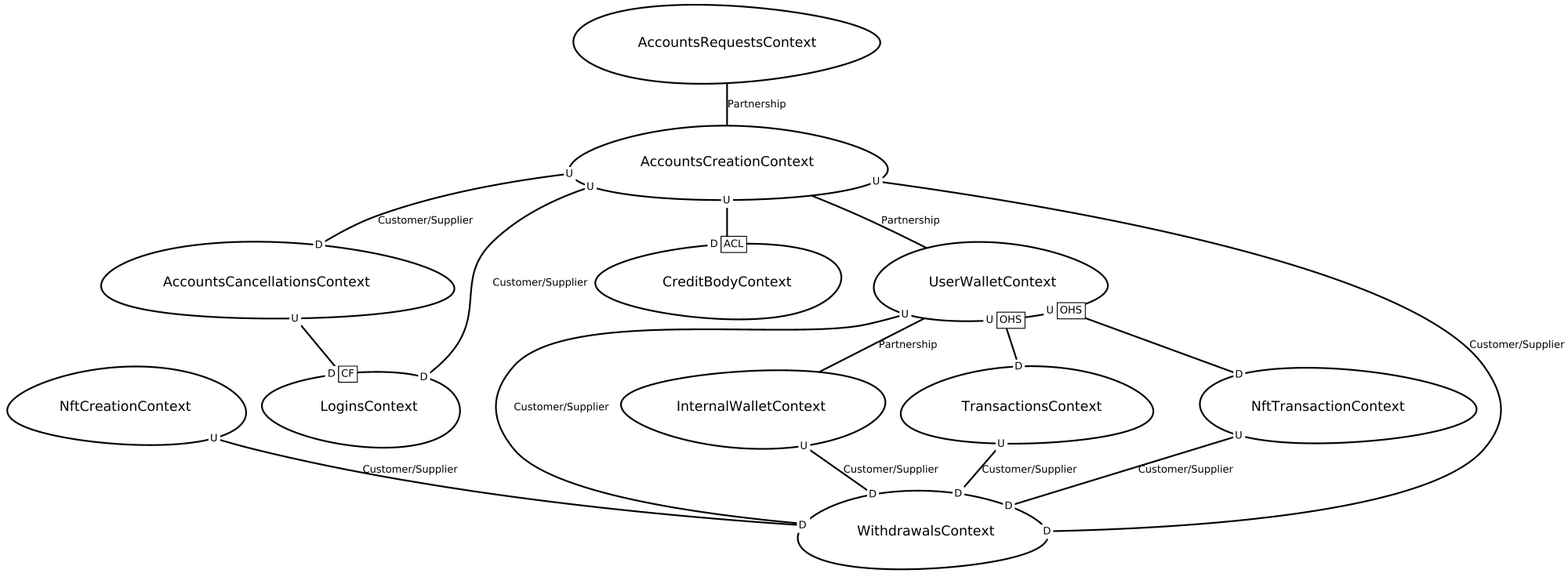
Earlier version of the Graphviz export src-gen/contextmap.gerenal_ContextMap.png (Anselming/ddd-anselmex). Its source is kept beside it as src-gen/contextmap.gerenal_ContextMap.gv. Its diagram source:
```dot
digraph "ContextMapGraph" {
graph ["imagepath"="/tmp/GraphvizJava"]
"AccountsCancellationsContext" ["margin"="0.3","orientation"="191","shape"="egg","fontsize"="16","style"="bold","label"="AccountsCancellationsContext\n","fontname"="sans-serif"]
"LoginsContext" ["margin"="0.3","orientation"="345","shape"="egg","fontsize"="16","style"="bold","label"="LoginsContext\n","fontname"="sans-serif"]
"AccountsCreationContext" ["margin"="0.3","orientation"="335","shape"="egg","fontsize"="16","style"="bold","label"="AccountsCreationContext\n","fontname"="sans-serif"]
"CreditBodyContext" ["margin"="0.3","orientation"="76","shape"="egg","fontsize"="16","style"="bold","label"="CreditBodyContext\n","fontname"="sans-serif"]
"UserWalletContext" ["margin"="0.3","orientation"="153","shape"="egg","fontsize"="16","style"="bold","label"="UserWalletContext\n","fontname"="sans-serif"]
"WithdrawalsContext" ["margin"="0.3","orientation"="35","shape"="egg","fontsize"="16","style"="bold","label"="WithdrawalsContext\n","fontname"="sans-serif"]
"InternalWalletContext" ["margin"="0.3","orientation"="189","shape"="egg","fontsize"="16","style"="bold","label"="InternalWalletContext\n","fontname"="sans-serif"]
"TransactionsContext" ["margin"="0.3","orientation"="208","shape"="egg","fontsize"="16","style"="bold","label"="TransactionsContext\n","fontname"="sans-serif"]
"NftTransactionContext" ["margin"="0.3","orientation"="114","shape"="egg","fontsize"="16","style"="bold","label"="NftTransactionContext\n","fontname"="sans-serif"]
"AccountsRequestsContext" ["margin"="0.3","orientation"="344","shape"="egg","fontsize"="16","style"="bold","label"="AccountsRequestsContext\n","fontname"="sans-serif"]
"NftCreationContext" ["margin"="0.3","orientation"="290","shape"="egg","fontsize"="16","style"="bold","label"="NftCreationContext\n","fontname"="sans-serif"]
"AccountsCancellationsContext" -> "LoginsContext" ["headlabel"=<<table cellspacing="0" cellborder="1" border="0">
<tr><td bgcolor="white" sides="r">D</td><td sides="trbl" bgcolor="white"><font>CF</font></td></tr>
</table>>,"labeldistance"="0","fontsize"="12","taillabel"=<<table cellspacing="0" cellborder="0" border="0">
<tr><td bgcolor="white">U</td></tr>
</table>>,"style"="bold","label"="                                        ","dir"="none","fontname"="sans-serif"]
"AccountsCreationContext" -> "CreditBodyContext" ["headlabel"=<<table cellspacing="0" cellborder="1" border="0">
<tr><td bgcolor="white" sides="r">D</td><td sides="trbl" bgcolor="white"><font>ACL</font></td></tr>
</table>>,"labeldistance"="0","fontsize"="12","taillabel"=<<table cellspacing="0" cellborder="0" border="0">
<tr><td bgcolor="white">U</td></tr>
</table>>,"style"="bold","label"="                                        ","dir"="none","fontname"="sans-serif"]
"AccountsCreationContext" -> "UserWalletContext" ["fontsize"="12","style"="bold","label"="Partnership","dir"="none","fontname"="sans-serif"]
"AccountsCreationContext" -> "LoginsContext" ["headlabel"=<<table cellspacing="0" cellborder="0" border="0">
<tr><td bgcolor="white">D</td></tr>
</table>>,"labeldistance"="0","fontsize"="12","taillabel"=<<table cellspacing="0" cellborder="0" border="0">
<tr><td bgcolor="white">U</td></tr>
</table>>,"style"="bold","label"="Customer/Supplier","dir"="none","fontname"="sans-serif"]
"AccountsCreationContext" -> "WithdrawalsContext" ["headlabel"=<<table cellspacing="0" cellborder="0" border="0">
<tr><td bgcolor="white">D</td></tr>
</table>>,"labeldistance"="0","fontsize"="12","taillabel"=<<table cellspacing="0" cellborder="0" border="0">
<tr><td bgcolor="white">U</td></tr>
</table>>,"style"="bold","label"="Customer/Supplier","dir"="none","fontname"="sans-serif"]
"AccountsCreationContext" -> "AccountsCancellationsContext" ["headlabel"=<<table cellspacing="0" cellborder="0" border="0">
<tr><td bgcolor="white">D</td></tr>
</table>>,"labeldistance"="0","fontsize"="12","taillabel"=<<table cellspacing="0" cellborder="0" border="0">
<tr><td bgcolor="white">U</td></tr>
</table>>,"style"="bold","label"="Customer/Supplier","dir"="none","fontname"="sans-serif"]
"UserWalletContext" -> "WithdrawalsContext" ["headlabel"=<<table cellspacing="0" cellborder="0" border="0">
<tr><td bgcolor="white">D</td></tr>
</table>>,"labeldistance"="0","fontsize"="12","taillabel"=<<table cellspacing="0" cellborder="0" border="0">
<tr><td bgcolor="white">U</td></tr>
</table>>,"style"="bold","label"="Customer/Supplier","dir"="none","fontname"="sans-serif"]
"UserWalletContext" -> "InternalWalletContext" ["fontsize"="12","style"="bold","label"="Partnership","dir"="none","fontname"="sans-serif"]
"UserWalletContext" -> "TransactionsContext" ["headlabel"=<<table cellspacing="0" cellborder="0" border="0">
<tr><td bgcolor="white">D</td></tr>
</table>>,"labeldistance"="0","fontsize"="12","taillabel"=<<table cellspacing="0" cellborder="1" border="0">
<tr><td bgcolor="white" sides="r">U</td><td sides="trbl" bgcolor="white"><font>OHS</font></td></tr>
</table>>,"style"="bold","label"="                                        ","dir"="none","fontname"="sans-serif"]
"UserWalletContext" -> "NftTransactionContext" ["headlabel"=<<table cellspacing="0" cellborder="0" border="0">
<tr><td bgcolor="white">D</td></tr>
</table>>,"labeldistance"="0","fontsize"="12","taillabel"=<<table cellspacing="0" cellborder="1" border="0">
<tr><td bgcolor="white" sides="r">U</td><td sides="trbl" bgcolor="white"><font>OHS</font></td></tr>
</table>>,"style"="bold","label"="                                        ","dir"="none","fontname"="sans-serif"]
"InternalWalletContext" -> "WithdrawalsContext" ["headlabel"=<<table cellspacing="0" cellborder="0" border="0">
<tr><td bgcolor="white">D</td></tr>
</table>>,"labeldistance"="0","fontsize"="12","taillabel"=<<table cellspacing="0" cellborder="0" border="0">
<tr><td bgcolor="white">U</td></tr>
</table>>,"style"="bold","label"="Customer/Supplier","dir"="none","fontname"="sans-serif"]
"TransactionsContext" -> "WithdrawalsContext" ["headlabel"=<<table cellspacing="0" cellborder="0" border="0">
<tr><td bgcolor="white">D</td></tr>
</table>>,"labeldistance"="0","fontsize"="12","taillabel"=<<table cellspacing="0" cellborder="0" border="0">
<tr><td bgcolor="white">U</td></tr>
</table>>,"style"="bold","label"="Customer/Supplier","dir"="none","fontname"="sans-serif"]
"NftTransactionContext" -> "WithdrawalsContext" ["headlabel"=<<table cellspacing="0" cellborder="0" border="0">
<tr><td bgcolor="white">D</td></tr>
</table>>,"labeldistance"="0","fontsize"="12","taillabel"=<<table cellspacing="0" cellborder="0" border="0">
<tr><td bgcolor="white">U</td></tr>
</table>>,"style"="bold","label"="Customer/Supplier","dir"="none","fontname"="sans-serif"]
"AccountsRequestsContext" -> "AccountsCreationContext" ["fontsize"="12","style"="bold","label"="Partnership","dir"="none","fontname"="sans-serif"]
"NftCreationContext" -> "WithdrawalsContext" ["headlabel"=<<table cellspacing="0" cellborder="0" border="0">
<tr><td bgcolor="white">D</td></tr>
</table>>,"labeldistance"="0","fontsize"="12","taillabel"=<<table cellspacing="0" cellborder="0" border="0">
<tr><td bgcolor="white">U</td></tr>
</table>>,"style"="bold","label"="Customer/Supplier","dir"="none","fontname"="sans-serif"]
}
```
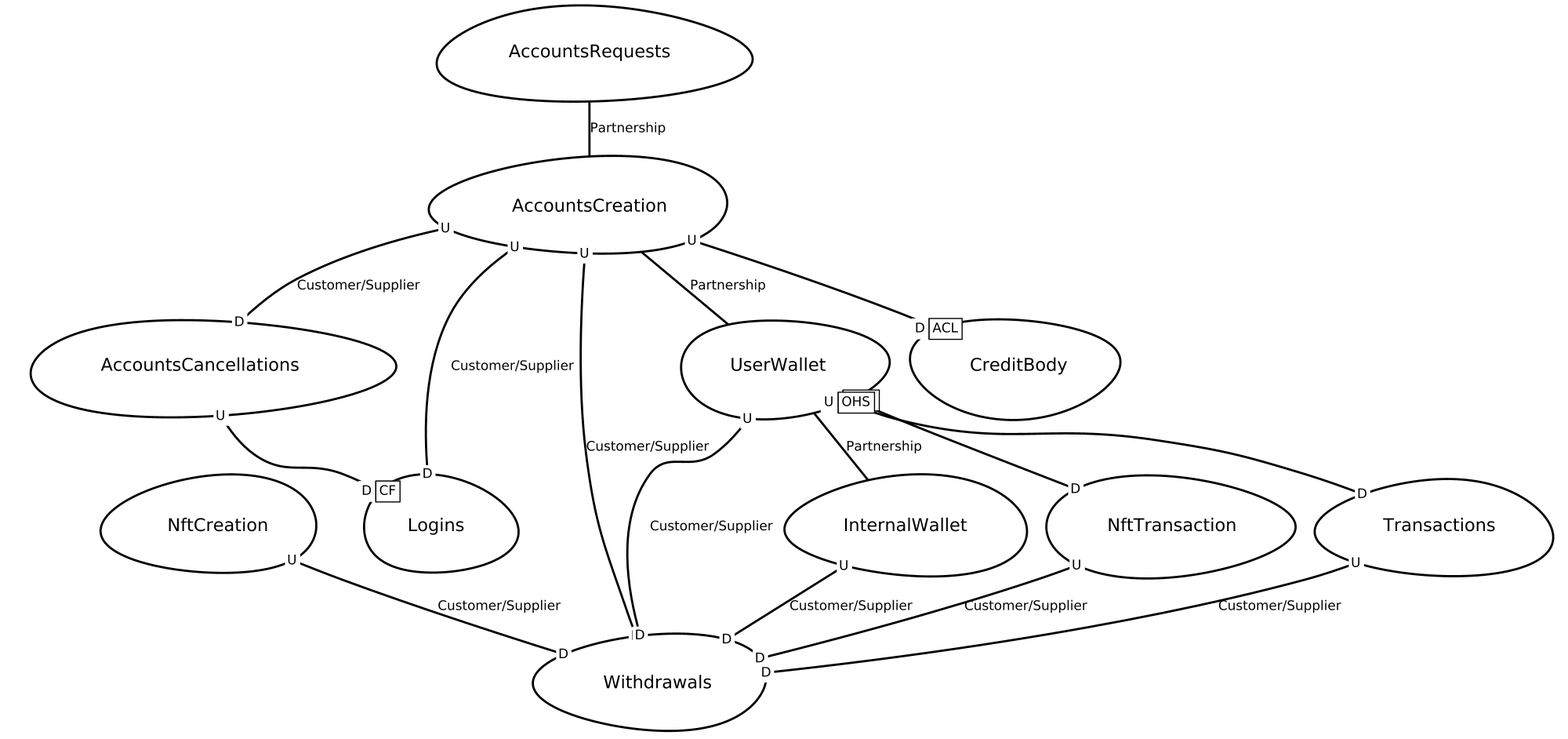
After the change.

Diff of the diagram source:
```diff
@@ -1,75 +1,75 @@
 digraph "ContextMapGraph" {
 graph ["imagepath"="/tmp/GraphvizJava"]
-"AccountsCancellationsContext" ["margin"="0.3","orientation"="191","shape"="egg","fontsize"="16","style"="bold","label"="AccountsCancellationsContext\n","fontname"="sans-serif"]
-"LoginsContext" ["margin"="0.3","orientation"="345","shape"="egg","fontsize"="16","style"="bold","label"="LoginsContext\n","fontname"="sans-serif"]
-"AccountsCreationContext" ["margin"="0.3","orientation"="335","shape"="egg","fontsize"="16","style"="bold","label"="AccountsCreationContext\n","fontname"="sans-serif"]
-"CreditBodyContext" ["margin"="0.3","orientation"="76","shape"="egg","fontsize"="16","style"="bold","label"="CreditBodyContext\n","fontname"="sans-serif"]
-"UserWalletContext" ["margin"="0.3","orientation"="153","shape"="egg","fontsize"="16","style"="bold","label"="UserWalletContext\n","fontname"="sans-serif"]
-"WithdrawalsContext" ["margin"="0.3","orientation"="35","shape"="egg","fontsize"="16","style"="bold","label"="WithdrawalsContext\n","fontname"="sans-serif"]
-"InternalWalletContext" ["margin"="0.3","orientation"="189","shape"="egg","fontsize"="16","style"="bold","label"="InternalWalletContext\n","fontname"="sans-serif"]
-"TransactionsContext" ["margin"="0.3","orientation"="208","shape"="egg","fontsize"="16","style"="bold","label"="TransactionsContext\n","fontname"="sans-serif"]
-"NftTransactionContext" ["margin"="0.3","orientation"="114","shape"="egg","fontsize"="16","style"="bold","label"="NftTransactionContext\n","fontname"="sans-serif"]
-"AccountsRequestsContext" ["margin"="0.3","orientation"="344","shape"="egg","fontsize"="16","style"="bold","label"="AccountsRequestsContext\n","fontname"="sans-serif"]
-"NftCreationContext" ["margin"="0.3","orientation"="290","shape"="egg","fontsize"="16","style"="bold","label"="NftCreationContext\n","fontname"="sans-serif"]
-"AccountsCancellationsContext" -> "LoginsContext" ["headlabel"=<<table cellspacing="0" cellborder="1" border="0">
+"AccountsCancellations" ["margin"="0.3","orientation"="286","shape"="egg","fontsize"="16","style"="bold","label"="AccountsCancellations\n","fontname"="sans-serif"]
+"Logins" ["margin"="0.3","orientation"="157","shape"="egg","fontsize"="16","style"="bold","label"="Logins\n","fontname"="sans-serif"]
+"AccountsCreation" ["margin"="0.3","orientation"="207","shape"="egg","fontsize"="16","style"="bold","label"="AccountsCreation\n","fontname"="sans-serif"]
+"Withdrawals" ["margin"="0.3","orientation"="100","shape"="egg","fontsize"="16","style"="bold","label"="Withdrawals\n","fontname"="sans-serif"]
+"UserWallet" ["margin"="0.3","orientation"="196","shape"="egg","fontsize"="16","style"="bold","label"="UserWallet\n","fontname"="sans-serif"]
+"InternalWallet" ["margin"="0.3","orientation"="240","shape"="egg","fontsize"="16","style"="bold","label"="InternalWallet\n","fontname"="sans-serif"]
+"NftTransaction" ["margin"="0.3","orientation"="316","shape"="egg","fontsize"="16","style"="bold","label"="NftTransaction\n","fontname"="sans-serif"]
+"Transactions" ["margin"="0.3","orientation"="317","shape"="egg","fontsize"="16","style"="bold","label"="Transactions\n","fontname"="sans-serif"]
+"CreditBody" ["margin"="0.3","orientation"="146","shape"="egg","fontsize"="16","style"="bold","label"="CreditBody\n","fontname"="sans-serif"]
+"AccountsRequests" ["margin"="0.3","orientation"="204","shape"="egg","fontsize"="16","style"="bold","label"="AccountsRequests\n","fontname"="sans-serif"]
+"NftCreation" ["margin"="0.3","orientation"="321","shape"="egg","fontsize"="16","style"="bold","label"="NftCreation\n","fontname"="sans-serif"]
+"AccountsCancellations" -> "Logins" ["headlabel"=<<table cellspacing="0" cellborder="1" border="0">
 <tr><td bgcolor="white" sides="r">D</td><td sides="trbl" bgcolor="white"><font>CF</font></td></tr>
 </table>>,"labeldistance"="0","fontsize"="12","taillabel"=<<table cellspacing="0" cellborder="0" border="0">
 <tr><td bgcolor="white">U</td></tr>
 </table>>,"style"="bold","label"="                                        ","dir"="none","fontname"="sans-serif"]
-"AccountsCreationContext" -> "CreditBodyContext" ["headlabel"=<<table cellspacing="0" cellborder="1" border="0">
+"AccountsCreation" -> "AccountsCancellations" ["headlabel"=<<table cellspacing="0" cellborder="0" border="0">
+<tr><td bgcolor="white">D</td></tr>
+</table>>,"labeldistance"="0","fontsize"="12","taillabel"=<<table cellspacing="0" cellborder="0" border="0">
+<tr><td bgcolor="white">U</td></tr>
+</table>>,"style"="bold","label"="Customer/Supplier","dir"="none","fontname"="sans-serif"]
+"AccountsCreation" -> "Withdrawals" ["headlabel"=<<table cellspacing="0" cellborder="0" border="0">
+<tr><td bgcolor="white">D</td></tr>
+</table>>,"labeldistance"="0","fontsize"="12","taillabel"=<<table cellspacing="0" cellborder="0" border="0">
+<tr><td bgcolor="white">U</td></tr>
+</table>>,"style"="bold","label"="Customer/Supplier","dir"="none","fontname"="sans-serif"]
+"AccountsCreation" -> "UserWallet" ["fontsize"="12","style"="bold","label"="Partnership","dir"="none","fontname"="sans-serif"]
+"AccountsCreation" -> "Logins" ["headlabel"=<<table cellspacing="0" cellborder="0" border="0">
+<tr><td bgcolor="white">D</td></tr>
+</table>>,"labeldistance"="0","fontsize"="12","taillabel"=<<table cellspacing="0" cellborder="0" border="0">
+<tr><td bgcolor="white">U</td></tr>
+</table>>,"style"="bold","label"="Customer/Supplier","dir"="none","fontname"="sans-serif"]
+"AccountsCreation" -> "CreditBody" ["headlabel"=<<table cellspacing="0" cellborder="1" border="0">
 <tr><td bgcolor="white" sides="r">D</td><td sides="trbl" bgcolor="white"><font>ACL</font></td></tr>
 </table>>,"labeldistance"="0","fontsize"="12","taillabel"=<<table cellspacing="0" cellborder="0" border="0">
 <tr><td bgcolor="white">U</td></tr>
 </table>>,"style"="bold","label"="                                        ","dir"="none","fontname"="sans-serif"]
-"AccountsCreationContext" -> "UserWalletContext" ["fontsize"="12","style"="bold","label"="Partnership","dir"="none","fontname"="sans-serif"]
-"AccountsCreationContext" -> "LoginsContext" ["headlabel"=<<table cellspacing="0" cellborder="0" border="0">
+"UserWallet" -> "InternalWallet" ["fontsize"="12","style"="bold","label"="Partnership","dir"="none","fontname"="sans-serif"]
+"UserWallet" -> "Withdrawals" ["headlabel"=<<table cellspacing="0" cellborder="0" border="0">
 <tr><td bgcolor="white">D</td></tr>
 </table>>,"labeldistance"="0","fontsize"="12","taillabel"=<<table cellspacing="0" cellborder="0" border="0">
 <tr><td bgcolor="white">U</td></tr>
 </table>>,"style"="bold","label"="Customer/Supplier","dir"="none","fontname"="sans-serif"]
-"AccountsCreationContext" -> "WithdrawalsContext" ["headlabel"=<<table cellspacing="0" cellborder="0" border="0">
+"UserWallet" -> "NftTransaction" ["headlabel"=<<table cellspacing="0" cellborder="0" border="0">
+<tr><td bgcolor="white">D</td></tr>
+</table>>,"labeldistance"="0","fontsize"="12","taillabel"=<<table cellspacing="0" cellborder="1" border="0">
+<tr><td bgcolor="white" sides="r">U</td><td sides="trbl" bgcolor="white"><font>OHS</font></td></tr>
+</table>>,"style"="bold","label"="                                        ","dir"="none","fontname"="sans-serif"]
+"UserWallet" -> "Transactions" ["headlabel"=<<table cellspacing="0" cellborder="0" border="0">
+<tr><td bgcolor="white">D</td></tr>
+</table>>,"labeldistance"="0","fontsize"="12","taillabel"=<<table cellspacing="0" cellborder="1" border="0">
+<tr><td bgcolor="white" sides="r">U</td><td sides="trbl" bgcolor="white"><font>OHS</font></td></tr>
+</table>>,"style"="bold","label"="                                        ","dir"="none","fontname"="sans-serif"]
+"InternalWallet" -> "Withdrawals" ["headlabel"=<<table cellspacing="0" cellborder="0" border="0">
 <tr><td bgcolor="white">D</td></tr>
 </table>>,"labeldistance"="0","fontsize"="12","taillabel"=<<table cellspacing="0" cellborder="0" border="0">
 <tr><td bgcolor="white">U</td></tr>
 </table>>,"style"="bold","label"="Customer/Supplier","dir"="none","fontname"="sans-serif"]
-"AccountsCreationContext" -> "AccountsCancellationsContext" ["headlabel"=<<table cellspacing="0" cellborder="0" border="0">
+"NftTransaction" -> "Withdrawals" ["headlabel"=<<table cellspacing="0" cellborder="0" border="0">
 <tr><td bgcolor="white">D</td></tr>
 </table>>,"labeldistance"="0","fontsize"="12","taillabel"=<<table cellspacing="0" cellborder="0" border="0">
 <tr><td bgcolor="white">U</td></tr>
 </table>>,"style"="bold","label"="Customer/Supplier","dir"="none","fontname"="sans-serif"]
-"UserWalletContext" -> "WithdrawalsContext" ["headlabel"=<<table cellspacing="0" cellborder="0" border="0">
+"Transactions" -> "Withdrawals" ["headlabel"=<<table cellspacing="0" cellborder="0" border="0">
 <tr><td bgcolor="white">D</td></tr>
 </table>>,"labeldistance"="0","fontsize"="12","taillabel"=<<table cellspacing="0" cellborder="0" border="0">
 <tr><td bgcolor="white">U</td></tr>
 </table>>,"style"="bold","label"="Customer/Supplier","dir"="none","fontname"="sans-serif"]
-"UserWalletContext" -> "InternalWalletContext" ["fontsize"="12","style"="bold","label"="Partnership","dir"="none","fontname"="sans-serif"]
-"UserWalletContext" -> "TransactionsContext" ["headlabel"=<<table cellspacing="0" cellborder="0" border="0">
-<tr><td bgcolor="white">D</td></tr>
-</table>>,"labeldistance"="0","fontsize"="12","taillabel"=<<table cellspacing="0" cellborder="1" border="0">
-<tr><td bgcolor="white" sides="r">U</td><td sides="trbl" bgcolor="white"><font>OHS</font></td></tr>
-</table>>,"style"="bold","label"="                                        ","dir"="none","fontname"="sans-serif"]
-"UserWalletContext" -> "NftTransactionContext" ["headlabel"=<<table cellspacing="0" cellborder="0" border="0">
-<tr><td bgcolor="white">D</td></tr>
-</table>>,"labeldistance"="0","fontsize"="12","taillabel"=<<table cellspacing="0" cellborder="1" border="0">
-<tr><td bgcolor="white" sides="r">U</td><td sides="trbl" bgcolor="white"><font>OHS</font></td></tr>
-</table>>,"style"="bold","label"="                                        ","dir"="none","fontname"="sans-serif"]
-"InternalWalletContext" -> "WithdrawalsContext" ["headlabel"=<<table cellspacing="0" cellborder="0" border="0">
-<tr><td bgcolor="white">D</td></tr>
-</table>>,"labeldistance"="0","fontsize"="12","taillabel"=<<table cellspacing="0" cellborder="0" border="0">
-<tr><td bgcolor="white">U</td></tr>
-</table>>,"style"="bold","label"="Customer/Supplier","dir"="none","fontname"="sans-serif"]
-"TransactionsContext" -> "WithdrawalsContext" ["headlabel"=<<table cellspacing="0" cellborder="0" border="0">
-<tr><td bgcolor="white">D</td></tr>
-</table>>,"labeldistance"="0","fontsize"="12","taillabel"=<<table cellspacing="0" cellborder="0" border="0">
-<tr><td bgcolor="white">U</td></tr>
-</table>>,"style"="bold","label"="Customer/Supplier","dir"="none","fontname"="sans-serif"]
-"NftTransactionContext" -> "WithdrawalsContext" ["headlabel"=<<table cellspacing="0" cellborder="0" border="0">
-<tr><td bgcolor="white">D</td></tr>
-</table>>,"labeldistance"="0","fontsize"="12","taillabel"=<<table cellspacing="0" cellborder="0" border="0">
-<tr><td bgcolor="white">U</td></tr>
-</table>>,"style"="bold","label"="Customer/Supplier","dir"="none","fontname"="sans-serif"]
-"AccountsRequestsContext" -> "AccountsCreationContext" ["fontsize"="12","style"="bold","label"="Partnership","dir"="none","fontname"="sans-serif"]
-"NftCreationContext" -> "WithdrawalsContext" ["headlabel"=<<table cellspacing="0" cellborder="0" border="0">
+"AccountsRequests" -> "AccountsCreation" ["fontsize"="12","style"="bold","label"="Partnership","dir"="none","fontname"="sans-serif"]
+"NftCreation" -> "Withdrawals" ["headlabel"=<<table cellspacing="0" cellborder="0" border="0">
 <tr><td bgcolor="white">D</td></tr>
 </table>>,"labeldistance"="0","fontsize"="12","taillabel"=<<table cellspacing="0" cellborder="0" border="0">
 <tr><td bgcolor="white">U</td></tr>
```
